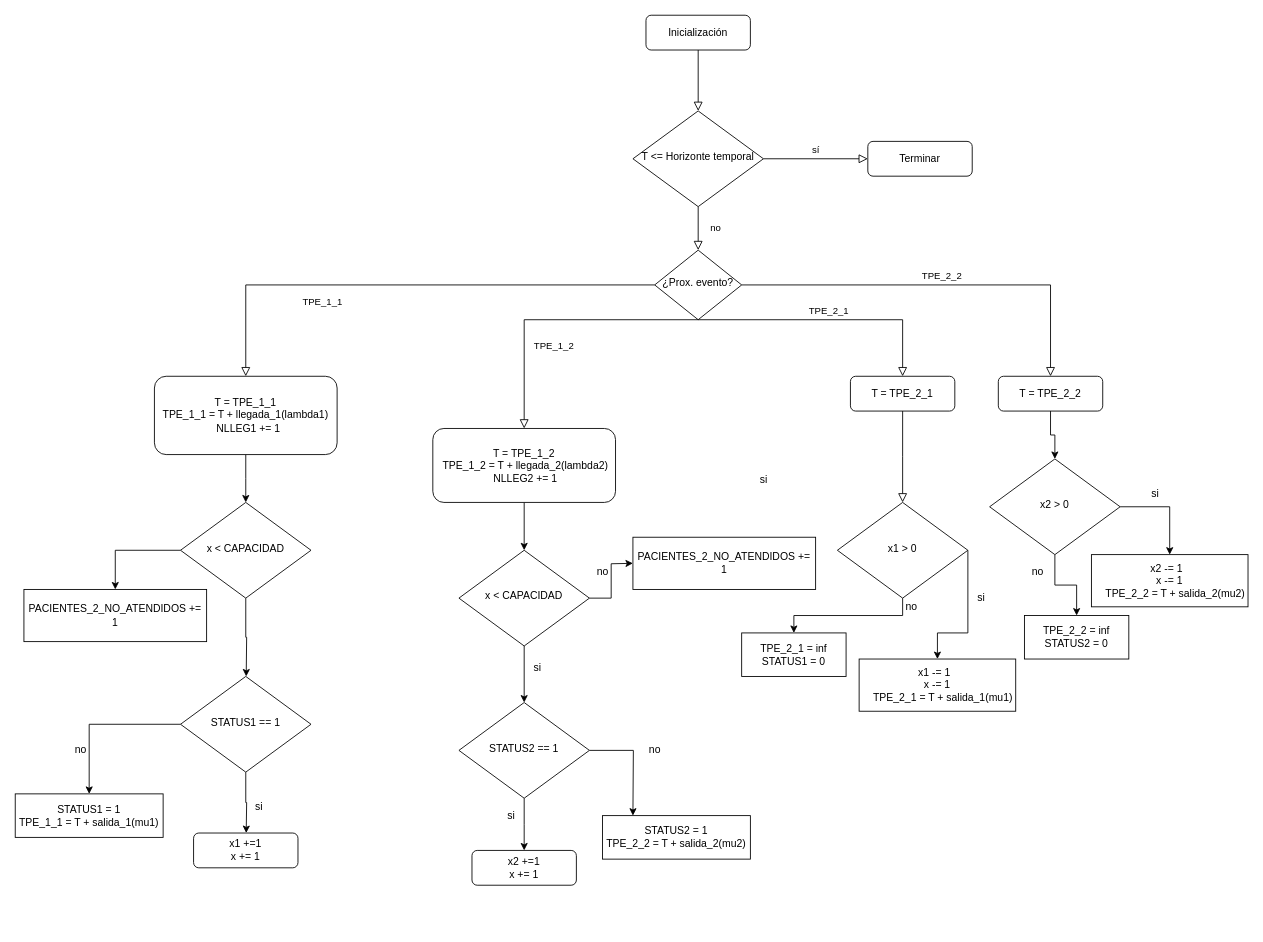
Above: Untitled Diagram.drawio in FranciscoXVI/fran (draw.io), before the change. Source tidied: cells renumbered, new cells numbered last; positions are measured from the earlier drawing's top-left corner, leaving out a move shared by most shapes. Both pictures are drawn from the tidied source at 87%, with x=0, y=0 at pixel (15, 15).
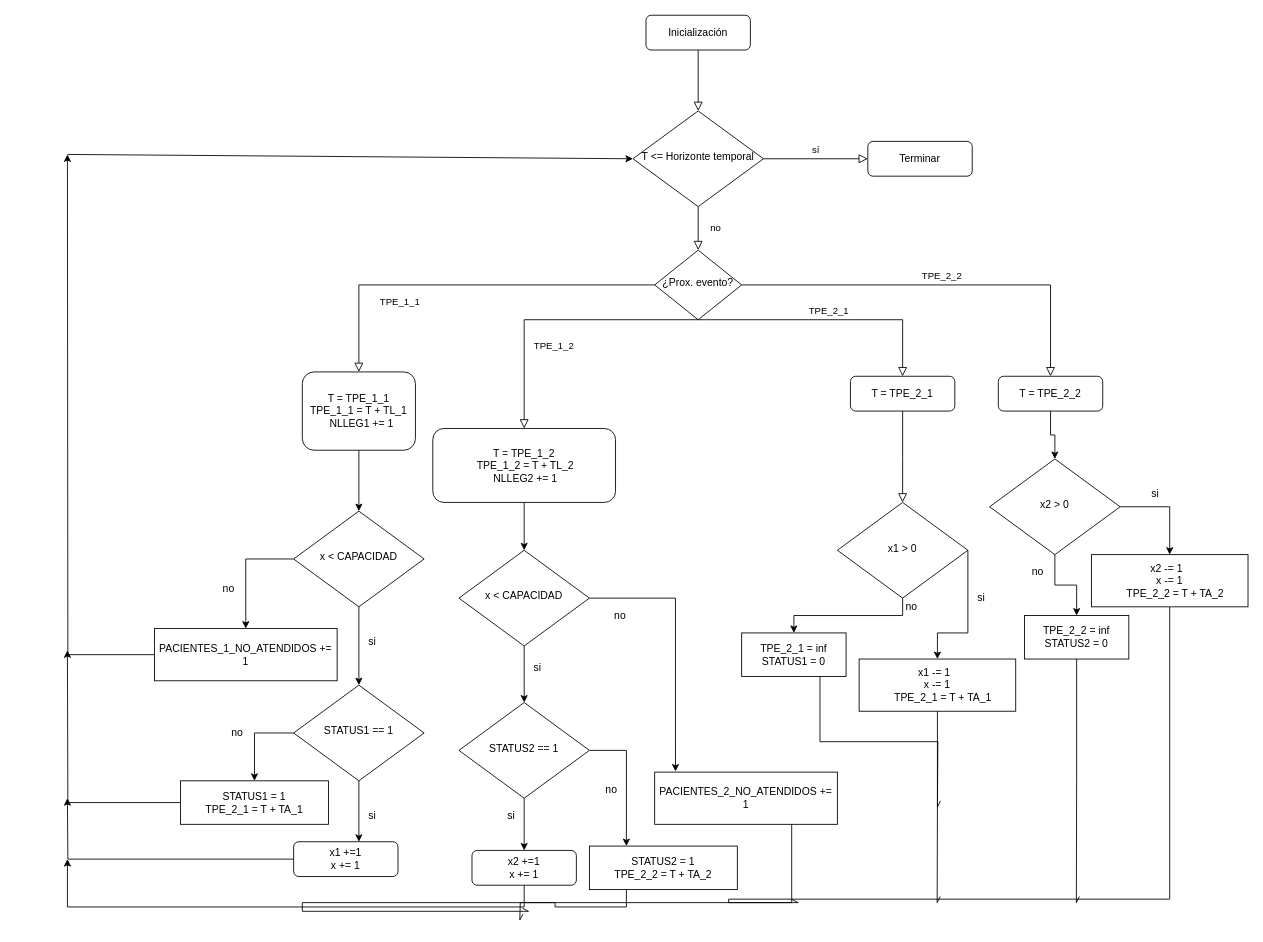
The same page after the edit.

Unchanged cells that the change refers to:
```xml
<mxCell id="6" value="T &amp;lt;= Horizonte temporal" style="rhombus;whiteSpace=wrap;html=1;shadow=0;fontFamily=Helvetica;fontSize=12;align=center;strokeWidth=1;spacing=6;spacingTop=-4;" parent="1" vertex="1">
  <mxGeometry x="710" y="110" width="150" height="110" as="geometry" />
</mxCell>
<mxCell id="28" value="&lt;div&gt;TPE_2_1 = inf&lt;/div&gt;&lt;div&gt;STATUS1 = 0&lt;/div&gt;" style="rounded=0;whiteSpace=wrap;html=1;" parent="1" vertex="1">
  <mxGeometry x="835" y="710" width="120" height="50" as="geometry" />
</mxCell>
<mxCell id="32" value="&lt;div&gt;TPE_2_2 = inf&lt;/div&gt;&lt;div&gt;STATUS2 = 0&lt;/div&gt;" style="rounded=0;whiteSpace=wrap;html=1;" parent="1" vertex="1">
  <mxGeometry x="1160" y="690" width="120" height="50" as="geometry" />
</mxCell>
<mxCell id="38" value="x &amp;lt; CAPACIDAD" style="rhombus;whiteSpace=wrap;html=1;shadow=0;fontFamily=Helvetica;fontSize=12;align=center;strokeWidth=1;spacing=6;spacingTop=-4;" parent="1" vertex="1">
  <mxGeometry x="510" y="615" width="150" height="110" as="geometry" />
</mxCell>
<mxCell id="41" value="STATUS2 == 1" style="rhombus;whiteSpace=wrap;html=1;shadow=0;fontFamily=Helvetica;fontSize=12;align=center;strokeWidth=1;spacing=6;spacingTop=-4;" parent="1" vertex="1">
  <mxGeometry x="510" y="790" width="150" height="110" as="geometry" />
</mxCell>
<mxCell id="44" value="x2 +=1&lt;br&gt;x += 1" style="rounded=1;whiteSpace=wrap;html=1;fontSize=12;glass=0;strokeWidth=1;shadow=0;" parent="1" vertex="1">
  <mxGeometry x="525" y="960" width="120" height="40" as="geometry" />
</mxCell>
```

Change to the diagram source:
```diff
@@
-    <mxCell id="11" style="edgeStyle=orthogonalEdgeStyle;rounded=0;jettySize=auto;html=1;exitX=0.5;exitY=1;exitDx=0;exitDy=0;" parent="1" edge="1" source="12">
-      <mxGeometry relative="1" as="geometry">
-        <mxPoint x="265" y="560" as="targetPoint" />
-      </mxGeometry>
+    <mxCell id="11" style="edgeStyle=orthogonalEdgeStyle;rounded=0;jettySize=auto;html=1;exitX=0.5;exitY=1;exitDx=0;exitDy=0;entryX=0.5;entryY=0;entryDx=0;entryDy=0;" parent="1" edge="1" source="12" target="51">
+      <mxGeometry relative="1" as="geometry" />
     </mxCell>
-    <mxCell id="12" value="&lt;div&gt;T = TPE_1_1&lt;/div&gt;&lt;div&gt;TPE_1_1 = T + llegada_1(lambda1)&lt;/div&gt;&lt;div&gt;&amp;nbsp; NLLEG1 += 1&lt;/div&gt;" style="rounded=1;whiteSpace=wrap;html=1;fontSize=12;glass=0;strokeWidth=1;shadow=0;" parent="1" vertex="1">
-      <mxGeometry x="160" y="415" width="210" height="90" as="geometry" />
+    <mxCell id="12" value="&lt;div&gt;T = TPE_1_1&lt;/div&gt;&lt;div&gt;TPE_1_1 = T + TL_1&lt;/div&gt;&lt;div&gt;&amp;nbsp; NLLEG1 += 1&lt;/div&gt;" style="rounded=1;whiteSpace=wrap;html=1;fontSize=12;glass=0;strokeWidth=1;shadow=0;" parent="1" vertex="1">
+      <mxGeometry x="330" y="410" width="130" height="90" as="geometry" />
     </mxCell>
@@
-    <mxCell id="18" value="&lt;div&gt;T = TPE_1_2&lt;/div&gt;&lt;div&gt;&amp;nbsp;TPE_1_2 = T + llegada_2(lambda2)&lt;/div&gt;&lt;div&gt;&amp;nbsp;NLLEG2 += 1&lt;/div&gt;" style="rounded=1;whiteSpace=wrap;html=1;fontSize=12;glass=0;strokeWidth=1;shadow=0;" parent="1" vertex="1">
+    <mxCell id="18" value="&lt;div&gt;T = TPE_1_2&lt;/div&gt;&lt;div&gt;&amp;nbsp;TPE_1_2 = T + TL_2&lt;/div&gt;&lt;div&gt;&amp;nbsp;NLLEG2 += 1&lt;/div&gt;" style="rounded=1;whiteSpace=wrap;html=1;fontSize=12;glass=0;strokeWidth=1;shadow=0;" parent="1" vertex="1">
       <mxGeometry x="480" y="475" width="210" height="85" as="geometry" />
     </mxCell>
@@
-    <mxCell id="25" value="si" style="text;html=1;align=center;verticalAlign=middle;" parent="1" vertex="1">
-      <mxGeometry x="850" y="524" width="20" height="20" as="geometry" />
-    </mxCell>
@@
+    <mxCell id="60" style="edgeStyle=orthogonalEdgeStyle;rounded=0;jettySize=auto;html=1;exitX=0.5;exitY=1;exitDx=0;exitDy=0;endArrow=openAsync;endFill=0;" parent="1" edge="1" source="27">
+      <mxGeometry relative="1" as="geometry">
+        <mxPoint x="1059.7" y="1020" as="targetPoint" />
+      </mxGeometry>
+    </mxCell>
-    <mxCell id="27" value="&lt;div&gt;x1 -= 1&amp;nbsp;&amp;nbsp;&lt;/div&gt;&lt;div&gt;&amp;nbsp; &amp;nbsp; &amp;nbsp; x -= 1&lt;span&gt;&amp;nbsp; &amp;nbsp; &amp;nbsp;&amp;nbsp;&lt;/span&gt;&lt;/div&gt;&lt;div&gt;&amp;nbsp; &amp;nbsp; TPE_2_1 = T + salida_1(mu1)&lt;/div&gt;" style="rounded=0;whiteSpace=wrap;html=1;" parent="1" vertex="1">
+    <mxCell id="27" value="&lt;div&gt;x1 -= 1&amp;nbsp;&amp;nbsp;&lt;/div&gt;&lt;div&gt;&amp;nbsp; &amp;nbsp; &amp;nbsp; x -= 1&lt;span&gt;&amp;nbsp; &amp;nbsp; &amp;nbsp;&amp;nbsp;&lt;/span&gt;&lt;/div&gt;&lt;div&gt;&amp;nbsp; &amp;nbsp; TPE_2_1 = T + TA_1&lt;/div&gt;" style="rounded=0;whiteSpace=wrap;html=1;" parent="1" vertex="1">
       <mxGeometry x="970" y="740" width="180" height="60" as="geometry" />
     </mxCell>
+    <mxCell id="61" style="edgeStyle=orthogonalEdgeStyle;rounded=0;jettySize=auto;html=1;exitX=0.75;exitY=1;exitDx=0;exitDy=0;endArrow=openAsync;endFill=0;" parent="1" edge="1" source="28">
+      <mxGeometry relative="1" as="geometry">
+        <mxPoint x="1060" y="910" as="targetPoint" />
+      </mxGeometry>
+    </mxCell>
@@
+    <mxCell id="62" style="edgeStyle=orthogonalEdgeStyle;rounded=0;jettySize=auto;html=1;exitX=0.5;exitY=1;exitDx=0;exitDy=0;endArrow=openAsync;endFill=0;" parent="1" edge="1" source="32">
+      <mxGeometry relative="1" as="geometry">
+        <mxPoint x="1219.7" y="1020" as="targetPoint" />
+      </mxGeometry>
+    </mxCell>
@@
+    <mxCell id="63" style="edgeStyle=orthogonalEdgeStyle;rounded=0;jettySize=auto;html=1;exitX=0.5;exitY=1;exitDx=0;exitDy=0;endArrow=openAsync;endFill=0;" parent="1" edge="1" source="33">
+      <mxGeometry relative="1" as="geometry">
+        <mxPoint x="900" y="1020" as="targetPoint" />
+        <Array as="points">
+          <mxPoint x="1327" y="1016" />
+          <mxPoint x="820" y="1016" />
+          <mxPoint x="820" y="1020" />
+        </Array>
+      </mxGeometry>
+    </mxCell>
-    <mxCell id="33" value="&lt;div&gt;x2 -= 1&amp;nbsp;&amp;nbsp;&lt;/div&gt;&lt;div&gt;&amp;nbsp; &amp;nbsp; &amp;nbsp; x -= 1&lt;span&gt;&amp;nbsp; &amp;nbsp; &amp;nbsp;&amp;nbsp;&lt;/span&gt;&lt;/div&gt;&lt;div&gt;&amp;nbsp; &amp;nbsp; TPE_2_2 = T + salida_2(mu2)&lt;/div&gt;" style="rounded=0;whiteSpace=wrap;html=1;" parent="1" vertex="1">
+    <mxCell id="33" value="&lt;div&gt;x2 -= 1&amp;nbsp;&amp;nbsp;&lt;/div&gt;&lt;div&gt;&amp;nbsp; &amp;nbsp; &amp;nbsp; x -= 1&lt;span&gt;&amp;nbsp; &amp;nbsp; &amp;nbsp;&amp;nbsp;&lt;/span&gt;&lt;/div&gt;&lt;div&gt;&amp;nbsp; &amp;nbsp; TPE_2_2 = T + TA_2&lt;/div&gt;" style="rounded=0;whiteSpace=wrap;html=1;" parent="1" vertex="1">
       <mxGeometry x="1237" y="620" width="180" height="60" as="geometry" />
     </mxCell>
@@
-    <mxCell id="37" style="edgeStyle=orthogonalEdgeStyle;rounded=0;jettySize=auto;html=1;exitX=1;exitY=0.5;exitDx=0;exitDy=0;" parent="1" edge="1" source="38">
-      <mxGeometry relative="1" as="geometry">
-        <mxPoint x="710" y="630" as="targetPoint" />
-      </mxGeometry>
+    <mxCell id="37" style="edgeStyle=orthogonalEdgeStyle;rounded=0;jettySize=auto;html=1;exitX=1;exitY=0.5;exitDx=0;exitDy=0;entryX=0.114;entryY=-0.013;entryDx=0;entryDy=0;entryPerimeter=0;" parent="1" edge="1" source="38" target="46">
+      <mxGeometry relative="1" as="geometry" />
     </mxCell>
@@
-    <mxCell id="40" style="edgeStyle=orthogonalEdgeStyle;rounded=0;jettySize=auto;html=1;exitX=1;exitY=0.5;exitDx=0;exitDy=0;" parent="1" edge="1" source="41">
-      <mxGeometry relative="1" as="geometry">
-        <mxPoint x="710" y="920" as="targetPoint" />
-      </mxGeometry>
+    <mxCell id="40" style="edgeStyle=orthogonalEdgeStyle;rounded=0;jettySize=auto;html=1;exitX=1;exitY=0.5;exitDx=0;exitDy=0;entryX=0.25;entryY=0;entryDx=0;entryDy=0;" parent="1" edge="1" source="41" target="45">
+      <mxGeometry relative="1" as="geometry" />
     </mxCell>
@@
+    <mxCell id="64" style="edgeStyle=orthogonalEdgeStyle;rounded=0;jettySize=auto;html=1;exitX=0.5;exitY=1;exitDx=0;exitDy=0;" parent="1" edge="1" source="44">
+      <mxGeometry relative="1" as="geometry">
+        <mxPoint x="60" y="970" as="targetPoint" />
+        <Array as="points">
+          <mxPoint x="585" y="1025" />
+          <mxPoint x="60" y="1025" />
+        </Array>
+      </mxGeometry>
+    </mxCell>
@@
+    <mxCell id="65" style="edgeStyle=orthogonalEdgeStyle;rounded=0;jettySize=auto;html=1;exitX=0.25;exitY=1;exitDx=0;exitDy=0;endArrow=openAsync;endFill=0;" parent="1" edge="1" source="45">
+      <mxGeometry relative="1" as="geometry">
+        <mxPoint x="580" y="1040" as="targetPoint" />
+      </mxGeometry>
+    </mxCell>
-    <mxCell id="45" value="&lt;div&gt;STATUS2 = 1&lt;/div&gt;&lt;div&gt;TPE_2_2 = T + salida_2(mu2)&lt;/div&gt;" style="rounded=0;whiteSpace=wrap;html=1;" parent="1" vertex="1">
-      <mxGeometry x="675" y="920" width="170" height="50" as="geometry" />
+    <mxCell id="45" value="&lt;div&gt;STATUS2 = 1&lt;/div&gt;&lt;div&gt;TPE_2_2 = T + TA_2&lt;/div&gt;" style="rounded=0;whiteSpace=wrap;html=1;" parent="1" vertex="1">
+      <mxGeometry x="660" y="955" width="170" height="50" as="geometry" />
     </mxCell>
+    <mxCell id="66" style="edgeStyle=orthogonalEdgeStyle;rounded=0;jettySize=auto;html=1;exitX=0.75;exitY=1;exitDx=0;exitDy=0;endArrow=openAsync;endFill=0;" parent="1" edge="1" source="46">
+      <mxGeometry relative="1" as="geometry">
+        <mxPoint x="590" y="1030" as="targetPoint" />
+        <Array as="points">
+          <mxPoint x="893" y="1020" />
+          <mxPoint x="330" y="1020" />
+          <mxPoint x="330" y="1030" />
+          <mxPoint x="580" y="1030" />
+        </Array>
+      </mxGeometry>
+    </mxCell>
     <mxCell id="46" value="PACIENTES_2_NO_ATENDIDOS += 1" style="rounded=0;whiteSpace=wrap;html=1;" parent="1" vertex="1">
-      <mxGeometry x="710" y="600" width="210" height="60" as="geometry" />
+      <mxGeometry x="735" y="870" width="210" height="60" as="geometry" />
     </mxCell>
     <mxCell id="47" value="no" style="text;html=1;align=center;verticalAlign=middle;" parent="1" vertex="1">
-      <mxGeometry x="660" y="630" width="30" height="20" as="geometry" />
+      <mxGeometry x="680" y="680" width="30" height="20" as="geometry" />
     </mxCell>
     <mxCell id="48" value="no" style="text;html=1;align=center;verticalAlign=middle;" parent="1" vertex="1">
-      <mxGeometry x="720" y="835" width="30" height="20" as="geometry" />
+      <mxGeometry x="670" y="880" width="30" height="20" as="geometry" />
     </mxCell>
@@
-    <mxCell id="50" style="edgeStyle=orthogonalEdgeStyle;rounded=0;jettySize=auto;html=1;exitX=0.5;exitY=1;exitDx=0;exitDy=0;" parent="1" edge="1" source="51">
-      <mxGeometry relative="1" as="geometry">
-        <mxPoint x="265.5" y="760" as="targetPoint" />
-      </mxGeometry>
+    <mxCell id="50" style="edgeStyle=orthogonalEdgeStyle;rounded=0;jettySize=auto;html=1;exitX=0.5;exitY=1;exitDx=0;exitDy=0;" parent="1" edge="1" source="51" target="55">
+      <mxGeometry relative="1" as="geometry" />
     </mxCell>
     <mxCell id="51" value="x &amp;lt; CAPACIDAD" style="rhombus;whiteSpace=wrap;html=1;shadow=0;fontFamily=Helvetica;fontSize=12;align=center;strokeWidth=1;spacing=6;spacingTop=-4;" parent="1" vertex="1">
-      <mxGeometry x="190" y="560" width="150" height="110" as="geometry" />
+      <mxGeometry x="320" y="570" width="150" height="110" as="geometry" />
     </mxCell>
+    <mxCell id="67" style="edgeStyle=orthogonalEdgeStyle;rounded=0;jettySize=auto;html=1;exitX=0;exitY=0.5;exitDx=0;exitDy=0;" parent="1" edge="1" source="52">
+      <mxGeometry relative="1" as="geometry">
+        <mxPoint x="60" y="160" as="targetPoint" />
+      </mxGeometry>
+    </mxCell>
-    <mxCell id="52" value="PACIENTES_2_NO_ATENDIDOS += 1" style="rounded=0;whiteSpace=wrap;html=1;" parent="1" vertex="1">
-      <mxGeometry x="10" y="660" width="210" height="60" as="geometry" />
+    <mxCell id="52" value="PACIENTES_1_NO_ATENDIDOS += 1" style="rounded=0;whiteSpace=wrap;html=1;" parent="1" vertex="1">
+      <mxGeometry x="160" y="705" width="210" height="60" as="geometry" />
     </mxCell>
@@
-    <mxCell id="54" style="edgeStyle=orthogonalEdgeStyle;rounded=0;jettySize=auto;html=1;exitX=0.5;exitY=1;exitDx=0;exitDy=0;" parent="1" edge="1" source="55">
-      <mxGeometry relative="1" as="geometry">
-        <mxPoint x="265.5" y="940" as="targetPoint" />
-      </mxGeometry>
+    <mxCell id="54" style="edgeStyle=orthogonalEdgeStyle;rounded=0;jettySize=auto;html=1;exitX=0.5;exitY=1;exitDx=0;exitDy=0;entryX=0.625;entryY=0;entryDx=0;entryDy=0;entryPerimeter=0;" parent="1" edge="1" source="55" target="56">
+      <mxGeometry relative="1" as="geometry" />
     </mxCell>
     <mxCell id="55" value="STATUS1 == 1" style="rhombus;whiteSpace=wrap;html=1;shadow=0;fontFamily=Helvetica;fontSize=12;align=center;strokeWidth=1;spacing=6;spacingTop=-4;" parent="1" vertex="1">
-      <mxGeometry x="190" y="760" width="150" height="110" as="geometry" />
+      <mxGeometry x="320" y="770" width="150" height="110" as="geometry" />
     </mxCell>
+    <mxCell id="68" style="edgeStyle=orthogonalEdgeStyle;rounded=0;jettySize=auto;html=1;exitX=0;exitY=0.5;exitDx=0;exitDy=0;" parent="1" edge="1" source="56">
+      <mxGeometry relative="1" as="geometry">
+        <mxPoint x="60" y="900" as="targetPoint" />
+      </mxGeometry>
+    </mxCell>
     <mxCell id="56" value="x1 +=1&lt;br&gt;x += 1" style="rounded=1;whiteSpace=wrap;html=1;fontSize=12;glass=0;strokeWidth=1;shadow=0;" parent="1" vertex="1">
-      <mxGeometry x="205" y="940" width="120" height="40" as="geometry" />
+      <mxGeometry x="320" y="950" width="120" height="40" as="geometry" />
     </mxCell>
+    <mxCell id="69" style="edgeStyle=orthogonalEdgeStyle;rounded=0;jettySize=auto;html=1;exitX=0;exitY=0.5;exitDx=0;exitDy=0;" parent="1" edge="1" source="57">
+      <mxGeometry relative="1" as="geometry">
+        <mxPoint x="60" y="730" as="targetPoint" />
+      </mxGeometry>
+    </mxCell>
-    <mxCell id="57" value="&lt;div&gt;STATUS1 = 1&lt;/div&gt;&lt;div&gt;TPE_1_1 = T + salida_1(mu1)&lt;/div&gt;" style="rounded=0;whiteSpace=wrap;html=1;" parent="1" vertex="1">
-      <mxGeometry y="895" width="170" height="50" as="geometry" />
+    <mxCell id="57" value="&lt;div&gt;STATUS1 = 1&lt;/div&gt;&lt;div&gt;TPE_2_1 = T + TA_1&lt;/div&gt;" style="rounded=0;whiteSpace=wrap;html=1;" parent="1" vertex="1">
+      <mxGeometry x="190" y="880" width="170" height="50" as="geometry" />
     </mxCell>
     <mxCell id="58" value="si" style="text;html=1;align=center;verticalAlign=middle;" parent="1" vertex="1">
-      <mxGeometry x="270" y="900" width="20" height="20" as="geometry" />
+      <mxGeometry x="400" y="910" width="20" height="20" as="geometry" />
     </mxCell>
     <mxCell id="59" value="no" style="text;html=1;align=center;verticalAlign=middle;" parent="1" vertex="1">
-      <mxGeometry x="60" y="835" width="30" height="20" as="geometry" />
+      <mxGeometry x="240" y="815" width="30" height="20" as="geometry" />
     </mxCell>
+    <mxCell id="70" value="no" style="text;html=1;align=center;verticalAlign=middle;" parent="1" vertex="1">
+      <mxGeometry x="230" y="650" width="30" height="20" as="geometry" />
+    </mxCell>
+    <mxCell id="25" value="si" style="text;html=1;align=center;verticalAlign=middle;" parent="1" vertex="1">
+      <mxGeometry x="400" y="710" width="20" height="20" as="geometry" />
+    </mxCell>
+    <mxCell id="71" style="endArrow=classic;html=1;entryX=0;entryY=0.5;entryDx=0;entryDy=0;" parent="1" edge="1" target="6">
+      <mxGeometry relative="1" as="geometry">
+        <mxPoint x="60" y="160" as="sourcePoint" />
+      </mxGeometry>
+    </mxCell>
```
